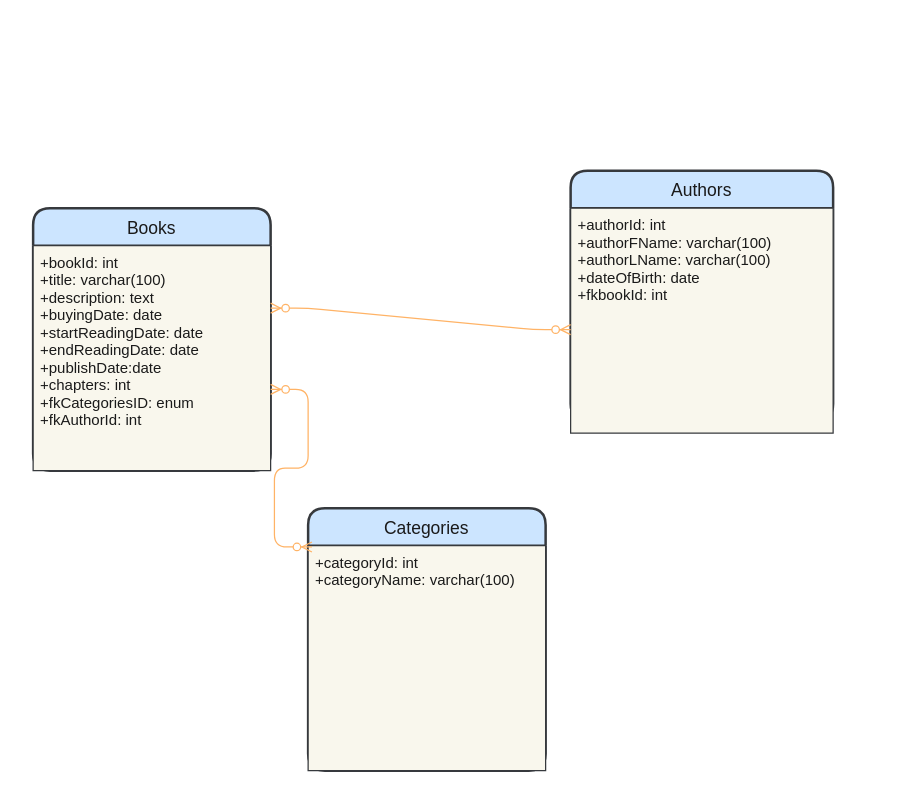
Earlier version of the draw.io diagram Shahpar/bookClassN.drawio (ShahparShabani/FE21-DBDev-MySql-DAY1-Laura-Shahpar). Source tidied: cells renumbered, new cells numbered last; positions are measured from the earlier drawing's top-left corner, leaving out a move shared by most shapes. Both pictures are drawn from the tidied source at 125%, with x=0, y=0 at pixel (32, 170).
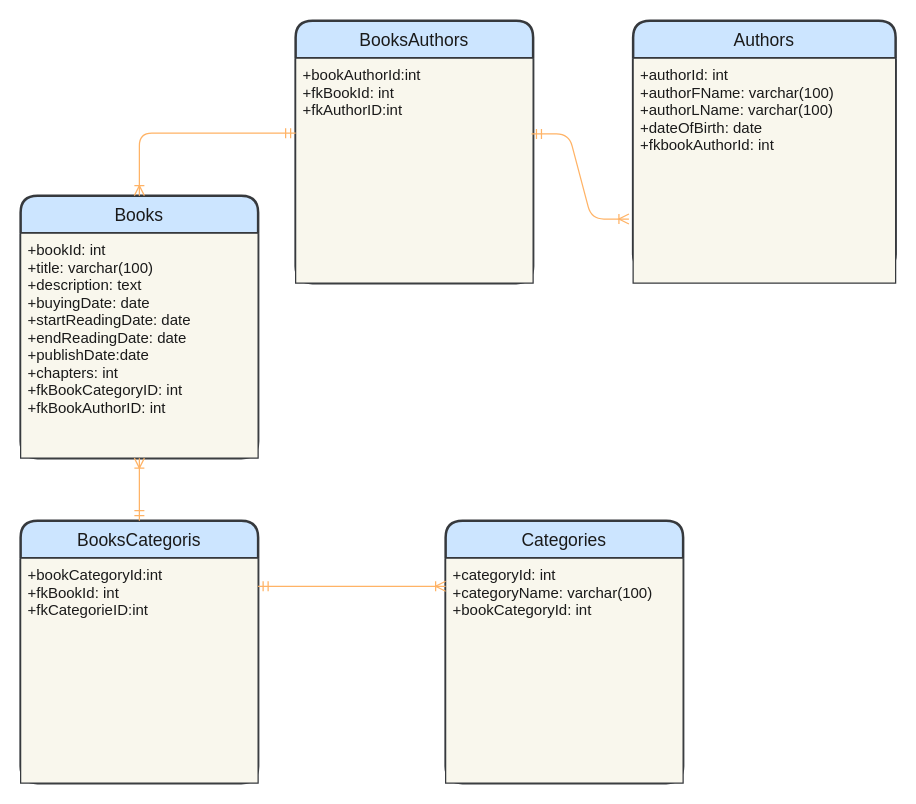
Above is the later version.

Change to the diagram source:
```diff
@@
     <mxCell id="2" value="Books" style="swimlane;horizontal=1;startSize=30;rounded=1;fontSize=14;fontStyle=0;strokeWidth=2;shadow=0;dashed=0;align=center;fillColor=#cce5ff;strokeColor=#36393d;fontColor=#1A1A1A;" parent="1" vertex="1">
-      <mxGeometry y="30" width="190" height="210" as="geometry" />
+      <mxGeometry x="-10" y="20" width="190" height="210" as="geometry" />
     </mxCell>
-    <mxCell id="3" value="+bookId: int&#10;+title: varchar(100)&#10;+description: text&#10;+buyingDate: date&#10;+startReadingDate: date&#10;+endReadingDate: date&#10;+publishDate:date&#10;+chapters: int&#10;+fkCategoriesID: enum&#10;+fkAuthorId: int&#10;" style="align=left;strokeColor=#36393d;fillColor=#f9f7ed;spacingLeft=4;fontSize=12;verticalAlign=top;fontColor=#1A1A1A;" parent="2" vertex="1">
-      <mxGeometry y="30" width="190" height="180" as="geometry" />
-    </mxCell>
-    <mxCell id="4" style="align=left;strokeColor=#36393d;fillColor=#f9f7ed;spacingLeft=4;fontSize=12;verticalAlign=top;fontColor=#1A1A1A;" parent="2" vertex="1">
-      <mxGeometry y="210" width="190" as="geometry" />
-    </mxCell>
+    <mxCell id="14" value="+bookId: int&#10;+title: varchar(100)&#10;+description: text&#10;+buyingDate: date&#10;+startReadingDate: date&#10;+endReadingDate: date&#10;+publishDate:date&#10;+chapters: int&#10;+fkBookCategoryID: int&#10;+fkBookAuthorID: int&#10;&#10;" style="align=left;strokeColor=#36393d;fillColor=#f9f7ed;spacingLeft=4;fontSize=12;verticalAlign=top;fontColor=#1A1A1A;" parent="2" vertex="1">
+      <mxGeometry y="30" width="190" height="180" as="geometry" />
+    </mxCell>
+    <mxCell id="15" style="align=left;strokeColor=#36393d;fillColor=#f9f7ed;spacingLeft=4;fontSize=12;verticalAlign=top;fontColor=#1A1A1A;" parent="2" vertex="1">
+      <mxGeometry y="210" width="190" as="geometry" />
+    </mxCell>
     <mxCell id="5" value="Authors" style="swimlane;horizontal=1;startSize=30;rounded=1;fontSize=14;fontStyle=0;strokeWidth=2;shadow=0;dashed=0;align=center;fillColor=#cce5ff;strokeColor=#36393d;fontColor=#1A1A1A;" parent="1" vertex="1">
-      <mxGeometry x="430" width="210" height="200" as="geometry" />
+      <mxGeometry x="480" y="-120" width="210" height="200" as="geometry" />
     </mxCell>
-    <mxCell id="6" value="+authorId: int&#10;+authorFName: varchar(100)&#10;+authorLName: varchar(100)&#10;+dateOfBirth: date&#10;+fkbookId: int" style="align=left;strokeColor=#36393d;fillColor=#f9f7ed;spacingLeft=4;fontSize=12;verticalAlign=top;fontColor=#1A1A1A;" parent="5" vertex="1">
-      <mxGeometry y="30" width="210" height="180" as="geometry" />
-    </mxCell>
+    <mxCell id="16" value="+authorId: int&#10;+authorFName: varchar(100)&#10;+authorLName: varchar(100)&#10;+dateOfBirth: date&#10;+fkbookAuthorId: int" style="align=left;strokeColor=#36393d;fillColor=#f9f7ed;spacingLeft=4;fontSize=12;verticalAlign=top;fontColor=#1A1A1A;" parent="5" vertex="1">
+      <mxGeometry y="30" width="210" height="180" as="geometry" />
+    </mxCell>
@@
-    <mxCell id="8" style="edgeStyle=orthogonalEdgeStyle;rounded=0;orthogonalLoop=1;jettySize=auto;html=1;exitX=0.5;exitY=1;exitDx=0;exitDy=0;fontColor=#1A1A1A;" parent="5" edge="1" source="6" target="6">
-      <mxGeometry relative="1" as="geometry" />
-    </mxCell>
+    <mxCell id="17" style="edgeStyle=orthogonalEdgeStyle;rounded=0;orthogonalLoop=1;jettySize=auto;html=1;exitX=0.5;exitY=1;exitDx=0;exitDy=0;fontColor=#1A1A1A;" parent="5" edge="1" source="16" target="16">
+      <mxGeometry relative="1" as="geometry" />
+    </mxCell>
     <mxCell id="9" value="Categories" style="swimlane;horizontal=1;startSize=30;rounded=1;fontSize=14;fontStyle=0;strokeWidth=2;shadow=0;dashed=0;align=center;fillColor=#cce5ff;strokeColor=#36393d;fontColor=#1A1A1A;" parent="1" vertex="1">
-      <mxGeometry x="220" y="270" width="190" height="210" as="geometry" />
+      <mxGeometry x="330" y="280" width="190" height="210" as="geometry" />
     </mxCell>
-    <mxCell id="10" value="+categoryId: int&#10;+categoryName: varchar(100)&#10;&#10;" style="align=left;strokeColor=#36393d;fillColor=#f9f7ed;spacingLeft=4;fontSize=12;verticalAlign=top;fontColor=#1A1A1A;" parent="9" vertex="1">
-      <mxGeometry y="30" width="190" height="180" as="geometry" />
-    </mxCell>
-    <mxCell id="11" style="align=left;strokeColor=#36393d;fillColor=#f9f7ed;spacingLeft=4;fontSize=12;verticalAlign=top;fontColor=#1A1A1A;" parent="9" vertex="1">
-      <mxGeometry y="210" width="190" as="geometry" />
-    </mxCell>
-    <mxCell id="12" style="edgeStyle=entityRelationEdgeStyle;fontSize=12;html=1;endArrow=ERzeroToMany;endFill=1;startArrow=ERzeroToMany;fontColor=#1A1A1A;entryX=0.016;entryY=0.148;entryDx=0;entryDy=0;entryPerimeter=0;fillColor=#ffff88;strokeColor=#FFB366;" parent="1" edge="1" target="9">
-      <mxGeometry relative="1" as="geometry">
-        <mxPoint x="190" y="175" as="sourcePoint" />
-      </mxGeometry>
-    </mxCell>
-    <mxCell id="13" style="edgeStyle=entityRelationEdgeStyle;fontSize=12;html=1;endArrow=ERzeroToMany;endFill=1;startArrow=ERzeroToMany;fontColor=#1A1A1A;entryX=0;entryY=0.54;entryDx=0;entryDy=0;entryPerimeter=0;strokeColor=#FFB366;" parent="1" edge="1" target="6">
-      <mxGeometry relative="1" as="geometry">
-        <mxPoint x="190" y="110" as="sourcePoint" />
-      </mxGeometry>
-    </mxCell>
+    <mxCell id="18" value="+categoryId: int&#10;+categoryName: varchar(100)&#10;+bookCategoryId: int&#10;" style="align=left;strokeColor=#36393d;fillColor=#f9f7ed;spacingLeft=4;fontSize=12;verticalAlign=top;fontColor=#1A1A1A;" parent="9" vertex="1">
+      <mxGeometry y="30" width="190" height="180" as="geometry" />
+    </mxCell>
+    <mxCell id="19" style="align=left;strokeColor=#36393d;fillColor=#f9f7ed;spacingLeft=4;fontSize=12;verticalAlign=top;fontColor=#1A1A1A;" parent="9" vertex="1">
+      <mxGeometry y="210" width="190" as="geometry" />
+    </mxCell>
+    <mxCell id="20" value="BooksCategoris" style="swimlane;horizontal=1;startSize=30;rounded=1;fontSize=14;fontStyle=0;strokeWidth=2;shadow=0;dashed=0;align=center;fillColor=#cce5ff;strokeColor=#36393d;fontColor=#1A1A1A;" parent="1" vertex="1">
+      <mxGeometry x="-10" y="280" width="190" height="210" as="geometry" />
+    </mxCell>
+    <mxCell id="21" value="+bookCategoryId:int&#10;+fkBookId: int&#10;+fkCategorieID:int&#10;&#10;" style="align=left;strokeColor=#36393d;fillColor=#f9f7ed;spacingLeft=4;fontSize=12;verticalAlign=top;fontColor=#1A1A1A;" parent="20" vertex="1">
+      <mxGeometry y="30" width="190" height="180" as="geometry" />
+    </mxCell>
+    <mxCell id="22" style="align=left;strokeColor=#36393d;fillColor=#f9f7ed;spacingLeft=4;fontSize=12;verticalAlign=top;fontColor=#1A1A1A;" parent="20" vertex="1">
+      <mxGeometry y="210" width="190" as="geometry" />
+    </mxCell>
+    <mxCell id="23" value="BooksAuthors" style="swimlane;horizontal=1;startSize=30;rounded=1;fontSize=14;fontStyle=0;strokeWidth=2;shadow=0;dashed=0;align=center;fillColor=#cce5ff;strokeColor=#36393d;fontColor=#1A1A1A;" parent="1" vertex="1">
+      <mxGeometry x="210" y="-120" width="190" height="210" as="geometry" />
+    </mxCell>
+    <mxCell id="24" value="+bookAuthorId:int&#10;+fkBookId: int&#10;+fkAuthorID:int&#10;&#10;" style="align=left;strokeColor=#36393d;fillColor=#f9f7ed;spacingLeft=4;fontSize=12;verticalAlign=top;fontColor=#1A1A1A;" parent="23" vertex="1">
+      <mxGeometry y="30" width="190" height="180" as="geometry" />
+    </mxCell>
+    <mxCell id="25" style="align=left;strokeColor=#36393d;fillColor=#f9f7ed;spacingLeft=4;fontSize=12;verticalAlign=top;fontColor=#1A1A1A;" parent="23" vertex="1">
+      <mxGeometry y="210" width="190" as="geometry" />
+    </mxCell>
+    <mxCell id="26" style="fontSize=12;html=1;endArrow=ERoneToMany;startArrow=ERmandOne;fontColor=#1A1A1A;strokeColor=#FFB366;entryX=0;entryY=0;entryDx=0;entryDy=0;" parent="1" edge="1" target="15">
+      <mxGeometry relative="1" as="geometry">
+        <mxPoint x="85" y="280" as="sourcePoint" />
+      </mxGeometry>
+    </mxCell>
+    <mxCell id="27" style="fontSize=12;html=1;endArrow=ERoneToMany;startArrow=ERmandOne;fontColor=#1A1A1A;strokeColor=#FFB366;exitX=1;exitY=0.25;exitDx=0;exitDy=0;entryX=0;entryY=0.25;entryDx=0;entryDy=0;" parent="1" edge="1" source="20" target="9">
+      <mxGeometry relative="1" as="geometry" />
+    </mxCell>
+    <mxCell id="28" style="fontSize=12;html=1;endArrow=ERoneToMany;startArrow=ERmandOne;fontColor=#1A1A1A;strokeColor=#FFB366;entryX=0.5;entryY=0;entryDx=0;entryDy=0;" parent="1" edge="1" target="2">
+      <mxGeometry relative="1" as="geometry">
+        <mxPoint x="210" y="-30" as="sourcePoint" />
+        <Array as="points">
+          <mxPoint x="85" y="-30" />
+          <mxPoint x="85" />
+        </Array>
+      </mxGeometry>
+    </mxCell>
+    <mxCell id="29" style="edgeStyle=entityRelationEdgeStyle;fontSize=12;html=1;endArrow=ERoneToMany;startArrow=ERmandOne;fontColor=#1A1A1A;strokeColor=#FFB366;exitX=0.993;exitY=0.337;exitDx=0;exitDy=0;exitPerimeter=0;entryX=-0.016;entryY=0.715;entryDx=0;entryDy=0;entryPerimeter=0;" parent="1" edge="1" source="24" target="16">
+      <mxGeometry relative="1" as="geometry" />
+    </mxCell>
```
